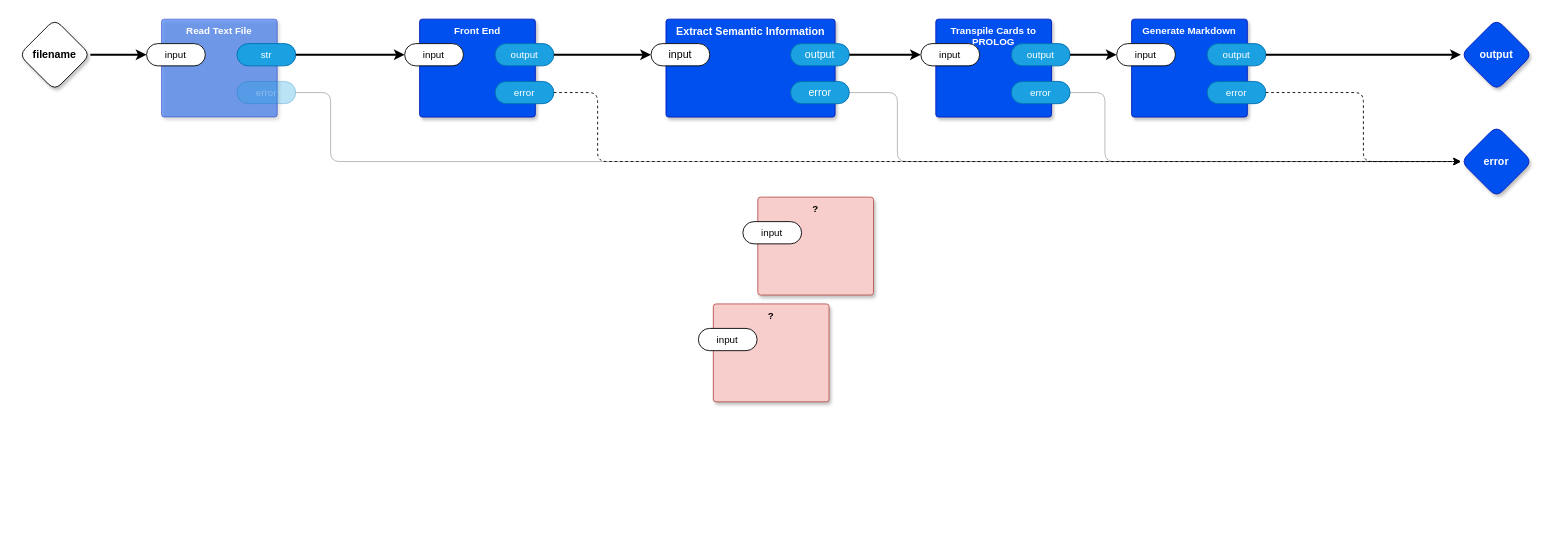
The draw.io diagram page "debug main" (1 of 14) of top.drawio in guitarvydas/kinopio2md, before the edit. Source tidied: cells renumbered, new cells numbered last; positions are measured from the earlier drawing's top-left corner, leaving out a move shared by most shapes. Both pictures are drawn from the tidied source at 89%, with x=0, y=0 at pixel (19, 19).
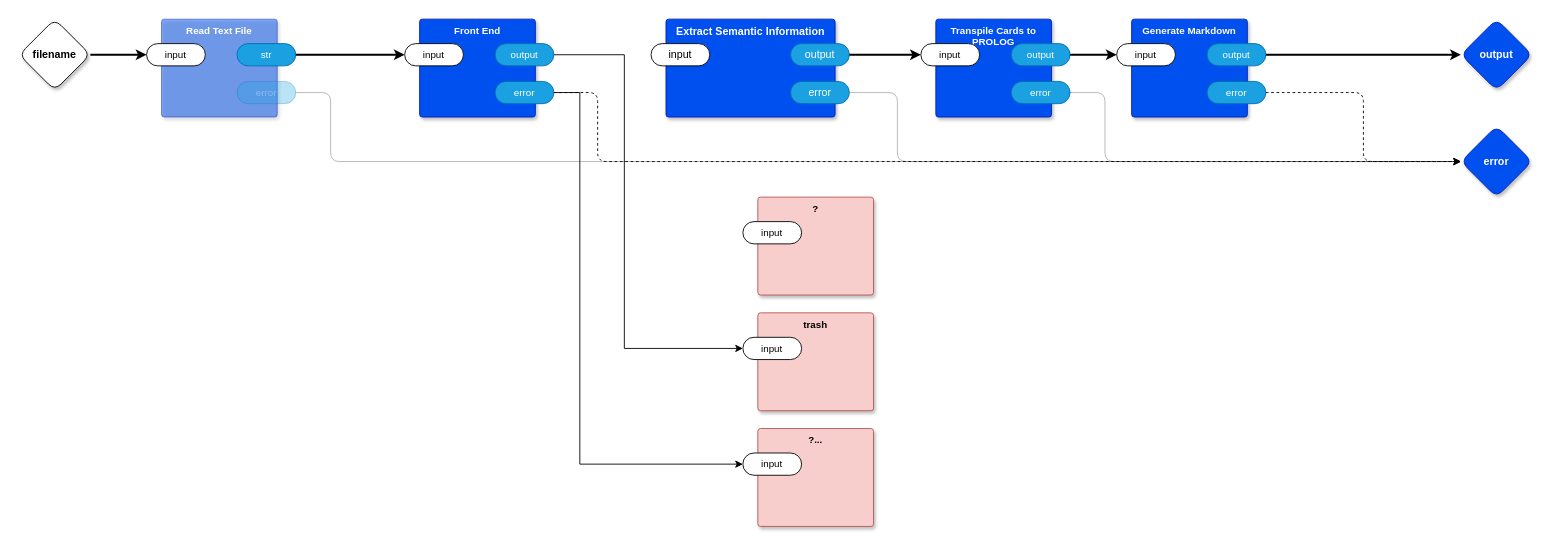
Above is the later version.

The change refers to these unchanged cells:
```xml
<mxCell id="6" value="input" style="rounded=1;whiteSpace=wrap;html=1;sketch=0;points=[[0,0.5,0,0,0],[1,0.5,0,0,0]];arcSize=50;" parent="5" vertex="1">
  <mxGeometry x="-16.8" y="27.5" width="66" height="25" as="geometry" />
</mxCell>
<mxCell id="13" value="str" style="rounded=1;whiteSpace=wrap;html=1;sketch=0;points=[[0,0.5,0,0,0],[1,0.5,0,0,0]];fillColor=#1ba1e2;fontColor=#ffffff;strokeColor=#006EAF;arcSize=50;fontFamily=Helvetica;fontSize=11;" parent="11" vertex="1">
  <mxGeometry x="84.8" y="27.5" width="66" height="25" as="geometry" />
</mxCell>
<mxCell id="31" value="input" style="rounded=1;whiteSpace=wrap;html=1;sketch=0;points=[[0,0.5,0,0,0],[1,0.5,0,0,0]];arcSize=50;fontFamily=Helvetica;fontSize=11;fontColor=default;" parent="30" vertex="1">
  <mxGeometry x="-16.8" y="27.5" width="66" height="25" as="geometry" />
</mxCell>
<mxCell id="32" value="output" style="rounded=1;whiteSpace=wrap;html=1;sketch=0;points=[[0,0.5,0,0,0],[1,0.5,0,0,0]];fillColor=#1ba1e2;fontColor=#ffffff;strokeColor=#006EAF;arcSize=50;fontFamily=Helvetica;fontSize=11;" parent="30" vertex="1">
  <mxGeometry x="84.8" y="27.5" width="66" height="25" as="geometry" />
</mxCell>
<mxCell id="33" value="error" style="rounded=1;whiteSpace=wrap;html=1;sketch=0;points=[[0,0.5,0,0,0],[1,0.5,0,0,0]];fillColor=#1ba1e2;fontColor=#ffffff;strokeColor=#006EAF;arcSize=50;fontFamily=Helvetica;fontSize=11;" parent="30" vertex="1">
  <mxGeometry x="84.8" y="70" width="66" height="25" as="geometry" />
</mxCell>
```

What changed in the source:
```diff
@@
     <mxCell id="15" style="edgeStyle=orthogonalEdgeStyle;shape=connector;rounded=1;jettySize=auto;html=1;exitX=1;exitY=0.5;exitDx=0;exitDy=0;exitPerimeter=0;entryX=0;entryY=0.5;entryDx=0;entryDy=0;entryPerimeter=0;labelBackgroundColor=default;strokeColor=default;fontFamily=Helvetica;fontSize=11;fontColor=default;endArrow=classic;strokeWidth=2;" parent="1" edge="1" source="13" target="31">
       <mxGeometry relative="1" as="geometry">
         <Array as="points">
-          <mxPoint x="380" y="40" />
-          <mxPoint x="380" y="40" />
+          <mxPoint x="400" y="40" />
+          <mxPoint x="400" y="40" />
         </Array>
       </mxGeometry>
     </mxCell>
@@
-    <mxCell id="34" style="edgeStyle=orthogonalEdgeStyle;rounded=0;jettySize=auto;html=1;exitX=1;exitY=0.5;exitDx=0;exitDy=0;exitPerimeter=0;strokeWidth=2;" parent="1" edge="1" source="32" target="6">
-      <mxGeometry relative="1" as="geometry" />
-    </mxCell>
@@
-    <mxCell id="36" value="?" style="rounded=1;whiteSpace=wrap;html=1;sketch=0;verticalAlign=top;arcSize=6;fontStyle=1;absoluteArcSize=1;shadow=1;strokeColor=#b85450;fillColor=#f8cecc;fontFamily=Helvetica;fontSize=11;" parent="1" vertex="1">
-      <mxGeometry x="780" y="320" width="130" height="110" as="geometry" />
-    </mxCell>
-    <mxCell id="37" value="input" style="rounded=1;whiteSpace=wrap;html=1;sketch=0;arcSize=50;fontFamily=Helvetica;fontSize=11;fontColor=default;" parent="36" vertex="1">
-      <mxGeometry x="-16.8" y="27.5" width="66" height="25" as="geometry" />
-    </mxCell>
@@
+    <mxCell id="40" value="trash" style="rounded=1;whiteSpace=wrap;html=1;sketch=0;verticalAlign=top;arcSize=6;fontStyle=1;absoluteArcSize=1;shadow=1;strokeColor=#b85450;fillColor=#f8cecc;fontFamily=Helvetica;fontSize=11;" parent="1" vertex="1">
+      <mxGeometry x="830" y="330" width="130" height="110" as="geometry" />
+    </mxCell>
+    <mxCell id="41" value="input" style="rounded=1;whiteSpace=wrap;html=1;sketch=0;points=[[0,0.5,0,0,0],[1,0.5,0,0,0]];arcSize=50;fontFamily=Helvetica;fontSize=11;fontColor=default;" parent="40" vertex="1">
+      <mxGeometry x="-16.8" y="27.5" width="66" height="25" as="geometry" />
+    </mxCell>
+    <mxCell id="42" style="edgeStyle=orthogonalEdgeStyle;rounded=0;jettySize=auto;html=1;exitX=1;exitY=0.5;exitDx=0;exitDy=0;exitPerimeter=0;entryX=0;entryY=0.5;entryDx=0;entryDy=0;entryPerimeter=0;" parent="1" edge="1" source="32" target="41">
+      <mxGeometry relative="1" as="geometry">
+        <Array as="points">
+          <mxPoint x="680" y="40" />
+          <mxPoint x="680" y="370" />
+        </Array>
+      </mxGeometry>
+    </mxCell>
+    <mxCell id="43" value="?..." style="rounded=1;whiteSpace=wrap;html=1;sketch=0;verticalAlign=top;arcSize=6;fontStyle=1;absoluteArcSize=1;shadow=1;strokeColor=#b85450;fillColor=#f8cecc;fontFamily=Helvetica;fontSize=11;" parent="1" vertex="1">
+      <mxGeometry x="830" y="460" width="130" height="110" as="geometry" />
+    </mxCell>
+    <mxCell id="44" value="input" style="rounded=1;whiteSpace=wrap;html=1;sketch=0;points=[[0,0.5,0,0,0],[1,0.5,0,0,0]];arcSize=50;fontFamily=Helvetica;fontSize=11;fontColor=default;" parent="43" vertex="1">
+      <mxGeometry x="-16.8" y="27.5" width="66" height="25" as="geometry" />
+    </mxCell>
+    <mxCell id="45" style="edgeStyle=orthogonalEdgeStyle;rounded=0;jettySize=auto;html=1;exitX=1;exitY=0.5;exitDx=0;exitDy=0;exitPerimeter=0;entryX=0;entryY=0.5;entryDx=0;entryDy=0;entryPerimeter=0;" parent="1" edge="1" source="33" target="44">
+      <mxGeometry relative="1" as="geometry">
+        <Array as="points">
+          <mxPoint x="630" y="83" />
+          <mxPoint x="630" y="500" />
+        </Array>
+      </mxGeometry>
+    </mxCell>
```
